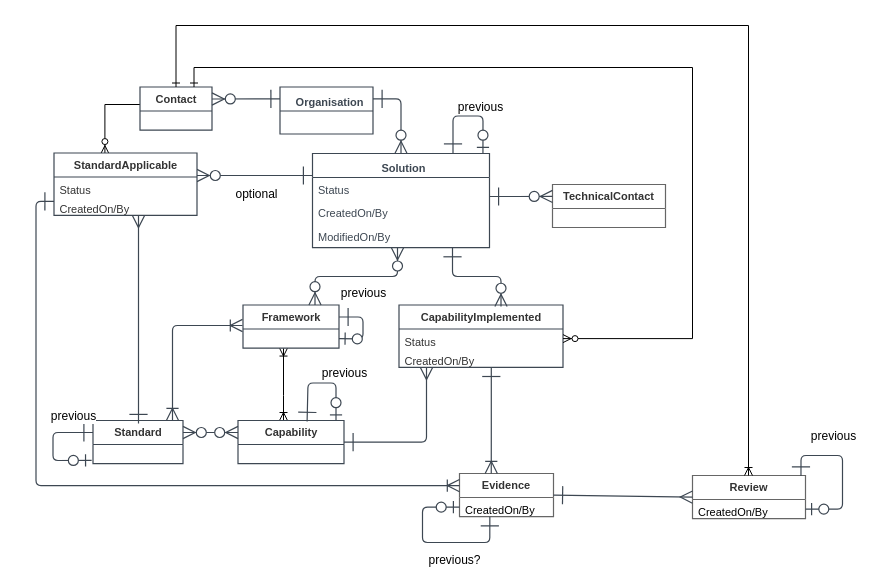
The draw.io diagram page "CRM ERD" (2 of 9) of beta-private/api/NHSD.GPITF.BuyingCatalog/NHSD.GPITF.BuyingCatalog.Docs/BuyingCatalog.drawio in nhs-digital-gp-it-futures/NHSBuyingCatalogue, before the edit. Source tidied: cells renumbered, new cells numbered last; positions are measured from the earlier drawing's top-left corner, leaving out a move shared by most shapes. Both pictures are drawn from the tidied source at 100%, with x=0, y=0 at pixel (52, 25).
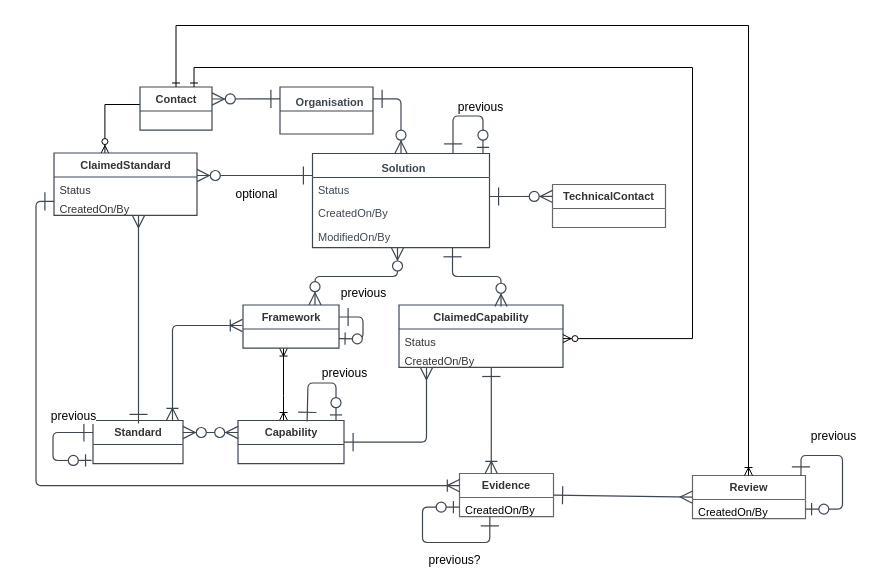
Above is the later version.

Commit message:
- added new data model 'BC ERD'

The edit, as a diff of the source:
```diff
@@
-    <mxCell id="20" value="CapabilityImplemented" style="html=1;whiteSpace=wrap;swimlane;horizontal=1;swimlaneFillColor=#ffffff;startSize=24;strokeOpacity=100;fillOpacity=100;strokeColor=#3d4752;strokeWidth=1.2;fontSize=11;fontColor=#333333;align=center;fillColor=#ffffff;" parent="1" vertex="1">
+    <mxCell id="20" value="ClaimedCapability" style="html=1;whiteSpace=wrap;swimlane;horizontal=1;swimlaneFillColor=#ffffff;startSize=24;strokeOpacity=100;fillOpacity=100;strokeColor=#3d4752;strokeWidth=1.2;fontSize=11;fontColor=#333333;align=center;fillColor=#ffffff;" parent="1" vertex="1">
       <mxGeometry x="346.5" y="279.5" width="164" height="62.4" as="geometry" />
     </mxCell>
@@
-    <mxCell id="38" value="StandardApplicable" style="html=1;whiteSpace=wrap;swimlane;horizontal=1;swimlaneFillColor=#ffffff;startSize=24;strokeOpacity=100;fillOpacity=100;strokeColor=#3d4752;strokeWidth=1.2;fontSize=11;fontColor=#333333;align=center;fillColor=#ffffff;" parent="1" vertex="1">
+    <mxCell id="38" value="ClaimedStandard" style="html=1;whiteSpace=wrap;swimlane;horizontal=1;swimlaneFillColor=#ffffff;startSize=24;strokeOpacity=100;fillOpacity=100;strokeColor=#3d4752;strokeWidth=1.2;fontSize=11;fontColor=#333333;align=center;fillColor=#ffffff;" parent="1" vertex="1">
       <mxGeometry x="1.5" y="127.5" width="143" height="62.4" as="geometry" />
     </mxCell>
```
